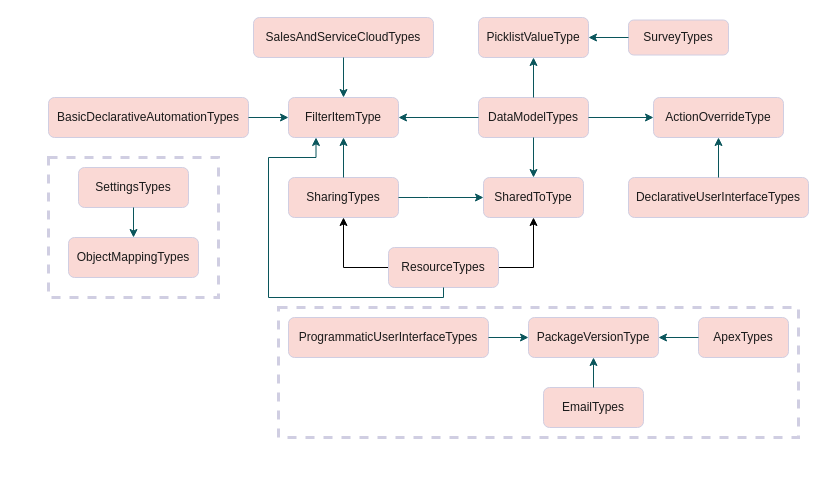
Earlier version of the draw.io diagram Package Diagram.drawio (learnbenlearn/ApexMetadataAPI). Source tidied: cells renumbered, new cells numbered last; positions are measured from the earlier drawing's top-left corner, leaving out a move shared by most shapes. Both pictures are drawn from the tidied source at 100%, with x=0, y=0 at pixel (48, 17).
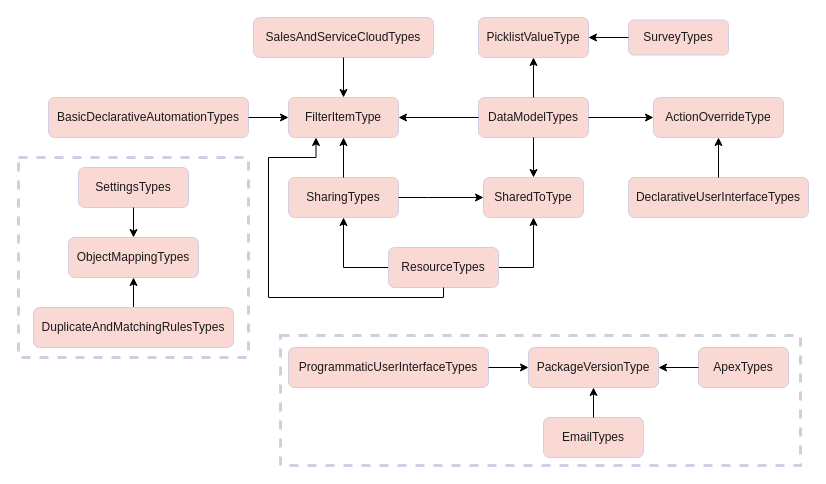
After the change.

The change refers to these unchanged cells:
```xml
<mxCell id="5" value="ResourceTypes" style="rounded=1;whiteSpace=wrap;html=1;fillColor=#FAD9D5;strokeColor=#D0CEE2;fontColor=#1A1A1A;" parent="2" vertex="1">
  <mxGeometry x="340" y="230" width="110" height="40" as="geometry" />
</mxCell>
<mxCell id="6" value="SharingTypes" style="rounded=1;whiteSpace=wrap;html=1;fillColor=#FAD9D5;strokeColor=#D0CEE2;fontColor=#1A1A1A;" parent="2" vertex="1">
  <mxGeometry x="240" y="160" width="110" height="40" as="geometry" />
</mxCell>
<mxCell id="7" value="SharedToType" style="rounded=1;whiteSpace=wrap;html=1;fillColor=#FAD9D5;strokeColor=#D0CEE2;fontColor=#1A1A1A;" parent="2" vertex="1">
  <mxGeometry x="435" y="160" width="100" height="40" as="geometry" />
</mxCell>
<mxCell id="8" value="DeclarativeUserInterfaceTypes" style="rounded=1;whiteSpace=wrap;html=1;fillColor=#FAD9D5;strokeColor=#D0CEE2;fontColor=#1A1A1A;" parent="2" vertex="1">
  <mxGeometry x="580" y="160" width="180" height="40" as="geometry" />
</mxCell>
<mxCell id="9" value="ActionOverrideType" style="rounded=1;whiteSpace=wrap;html=1;fillColor=#FAD9D5;strokeColor=#D0CEE2;fontColor=#1A1A1A;" parent="2" vertex="1">
  <mxGeometry x="605" y="80" width="130" height="40" as="geometry" />
</mxCell>
<mxCell id="10" value="DataModelTypes" style="rounded=1;whiteSpace=wrap;html=1;fillColor=#FAD9D5;strokeColor=#D0CEE2;fontColor=#1A1A1A;" parent="2" vertex="1">
  <mxGeometry x="430" y="80" width="110" height="40" as="geometry" />
</mxCell>
<mxCell id="11" value="SurveyTypes" style="rounded=1;whiteSpace=wrap;html=1;fillColor=#FAD9D5;strokeColor=#D0CEE2;fontColor=#1A1A1A;" parent="2" vertex="1">
  <mxGeometry x="580" y="2.5" width="100" height="35" as="geometry" />
</mxCell>
<mxCell id="12" value="PicklistValueType" style="rounded=1;whiteSpace=wrap;html=1;fillColor=#FAD9D5;strokeColor=#D0CEE2;fontColor=#1A1A1A;" parent="2" vertex="1">
  <mxGeometry x="430" width="110" height="40" as="geometry" />
</mxCell>
<mxCell id="13" value="BasicDeclarativeAutomationTypes" style="rounded=1;whiteSpace=wrap;html=1;fillColor=#FAD9D5;strokeColor=#D0CEE2;fontColor=#1A1A1A;" parent="2" vertex="1">
  <mxGeometry y="80" width="200" height="40" as="geometry" />
</mxCell>
<mxCell id="14" style="group;fontColor=#1A1A1A;" parent="2" vertex="1">
  <mxGeometry x="205" width="180" height="120" as="geometry" />
</mxCell>
<mxCell id="15" value="SalesAndServiceCloudTypes" style="rounded=1;whiteSpace=wrap;html=1;fillColor=#FAD9D5;strokeColor=#D0CEE2;fontColor=#1A1A1A;" parent="14" vertex="1">
  <mxGeometry width="180" height="40" as="geometry" />
</mxCell>
<mxCell id="16" value="FilterItemType" style="rounded=1;whiteSpace=wrap;html=1;fillColor=#FAD9D5;strokeColor=#D0CEE2;fontColor=#1A1A1A;" parent="14" vertex="1">
  <mxGeometry x="35" y="80" width="110" height="40" as="geometry" />
</mxCell>
<mxCell id="29" value="SettingsTypes" style="rounded=1;whiteSpace=wrap;html=1;fillColor=#FAD9D5;strokeColor=#D0CEE2;fontColor=#1A1A1A;" parent="2" vertex="1">
  <mxGeometry x="30" y="150" width="110" height="40" as="geometry" />
</mxCell>
<mxCell id="31" value="ObjectMappingTypes" style="rounded=1;whiteSpace=wrap;html=1;fillColor=#FAD9D5;strokeColor=#D0CEE2;fontColor=#1A1A1A;" parent="30" vertex="1">
  <mxGeometry width="130" height="40" as="geometry" />
</mxCell>
```

Change to the diagram source:
```diff
@@
     <mxCell id="2" style="group;fontColor=#1A1A1A;" parent="1" vertex="1">
-      <mxGeometry width="760" height="310" as="geometry" />
+      <mxGeometry width="760" height="440" as="geometry" />
     </mxCell>
-    <mxCell id="3" style="edgeStyle=orthogonalEdgeStyle;rounded=0;jettySize=auto;html=1;entryX=0.5;entryY=1;entryDx=0;entryDy=0;exitX=0;exitY=0.5;exitDx=0;exitDy=0;" parent="2" edge="1" source="5" target="6">
+    <mxCell id="3" style="edgeStyle=orthogonalEdgeStyle;rounded=0;jettySize=auto;html=1;entryX=0.5;entryY=1;entryDx=0;entryDy=0;exitX=0;exitY=0.5;exitDx=0;exitDy=0;strokeColor=#000000;" parent="2" edge="1" source="5" target="6">
       <mxGeometry relative="1" as="geometry">
         <Array as="points">
           <mxPoint x="295" y="250" />
         </Array>
       </mxGeometry>
     </mxCell>
@@
-    <mxCell id="17" style="edgeStyle=orthogonalEdgeStyle;rounded=0;jettySize=auto;html=1;strokeColor=#09555B;fontColor=#1A1A1A;" parent="14" edge="1" source="15" target="16">
+    <mxCell id="17" style="edgeStyle=orthogonalEdgeStyle;rounded=0;jettySize=auto;html=1;strokeColor=#000000;fontColor=#1A1A1A;exitX=0.5;exitY=1;exitDx=0;exitDy=0;" parent="14" edge="1" source="15" target="16">
       <mxGeometry relative="1" as="geometry" />
     </mxCell>
-    <mxCell id="18" style="edgeStyle=orthogonalEdgeStyle;rounded=0;jettySize=auto;html=1;strokeColor=#09555B;fontColor=#1A1A1A;exitX=1;exitY=0.5;exitDx=0;exitDy=0;entryX=0;entryY=0.5;entryDx=0;entryDy=0;" parent="2" edge="1" source="6" target="7">
+    <mxCell id="18" style="edgeStyle=orthogonalEdgeStyle;rounded=0;jettySize=auto;html=1;strokeColor=#000000;fontColor=#1A1A1A;exitX=1;exitY=0.5;exitDx=0;exitDy=0;entryX=0;entryY=0.5;entryDx=0;entryDy=0;" parent="2" edge="1" source="6" target="7">
       <mxGeometry relative="1" as="geometry">
         <Array as="points">
           <mxPoint x="380" y="180" />
           <mxPoint x="380" y="180" />
         </Array>
       </mxGeometry>
     </mxCell>
-    <mxCell id="19" style="edgeStyle=orthogonalEdgeStyle;rounded=0;jettySize=auto;html=1;strokeColor=#09555B;fontColor=#1A1A1A;" parent="2" edge="1" source="8" target="9">
+    <mxCell id="19" style="edgeStyle=orthogonalEdgeStyle;rounded=0;jettySize=auto;html=1;strokeColor=#000000;fontColor=#1A1A1A;" parent="2" edge="1" source="8" target="9">
       <mxGeometry relative="1" as="geometry" />
     </mxCell>
-    <mxCell id="20" style="edgeStyle=orthogonalEdgeStyle;rounded=0;jettySize=auto;html=1;strokeColor=#09555B;fontColor=#1A1A1A;" parent="2" edge="1" source="10" target="9">
+    <mxCell id="20" style="edgeStyle=orthogonalEdgeStyle;rounded=0;jettySize=auto;html=1;strokeColor=#000000;fontColor=#1A1A1A;" parent="2" edge="1" source="10" target="9">
       <mxGeometry relative="1" as="geometry" />
     </mxCell>
-    <mxCell id="21" style="edgeStyle=orthogonalEdgeStyle;rounded=0;jettySize=auto;html=1;strokeColor=#09555B;fontColor=#1A1A1A;" parent="2" edge="1" source="10" target="7">
+    <mxCell id="21" style="edgeStyle=orthogonalEdgeStyle;rounded=0;jettySize=auto;html=1;strokeColor=#000000;fontColor=#1A1A1A;" parent="2" edge="1" source="10" target="7">
       <mxGeometry relative="1" as="geometry" />
     </mxCell>
-    <mxCell id="22" style="edgeStyle=orthogonalEdgeStyle;rounded=0;jettySize=auto;html=1;strokeColor=#09555B;fontColor=#1A1A1A;" parent="2" edge="1" source="10" target="12">
+    <mxCell id="22" style="edgeStyle=orthogonalEdgeStyle;rounded=0;jettySize=auto;html=1;strokeColor=#000000;fontColor=#1A1A1A;" parent="2" edge="1" source="10" target="12">
       <mxGeometry relative="1" as="geometry" />
     </mxCell>
-    <mxCell id="23" style="edgeStyle=orthogonalEdgeStyle;rounded=0;jettySize=auto;html=1;strokeColor=#09555B;fontColor=#1A1A1A;" parent="2" edge="1" source="11" target="12">
+    <mxCell id="23" style="edgeStyle=orthogonalEdgeStyle;rounded=0;jettySize=auto;html=1;strokeColor=#000000;fontColor=#1A1A1A;" parent="2" edge="1" source="11" target="12">
       <mxGeometry relative="1" as="geometry" />
     </mxCell>
-    <mxCell id="24" style="edgeStyle=orthogonalEdgeStyle;rounded=0;jettySize=auto;html=1;strokeColor=#09555B;fontColor=#1A1A1A;" parent="2" edge="1" source="13" target="16">
+    <mxCell id="24" style="edgeStyle=orthogonalEdgeStyle;rounded=0;jettySize=auto;html=1;strokeColor=#000000;fontColor=#1A1A1A;" parent="2" edge="1" source="13" target="16">
       <mxGeometry relative="1" as="geometry" />
     </mxCell>
-    <mxCell id="25" style="edgeStyle=orthogonalEdgeStyle;rounded=0;jettySize=auto;html=1;strokeColor=#09555B;fontColor=#1A1A1A;" parent="2" edge="1" source="10" target="16">
+    <mxCell id="25" style="edgeStyle=orthogonalEdgeStyle;rounded=0;jettySize=auto;html=1;strokeColor=#000000;fontColor=#1A1A1A;" parent="2" edge="1" source="10" target="16">
       <mxGeometry relative="1" as="geometry" />
     </mxCell>
-    <mxCell id="26" style="edgeStyle=orthogonalEdgeStyle;rounded=0;jettySize=auto;html=1;strokeColor=#09555B;fontColor=#1A1A1A;exitX=0.5;exitY=0;exitDx=0;exitDy=0;" parent="2" edge="1" source="6" target="16">
+    <mxCell id="26" style="edgeStyle=orthogonalEdgeStyle;rounded=0;jettySize=auto;html=1;strokeColor=#000000;fontColor=#1A1A1A;exitX=0.5;exitY=0;exitDx=0;exitDy=0;" parent="2" edge="1" source="6" target="16">
       <mxGeometry relative="1" as="geometry">
         <Array as="points">
           <mxPoint x="295" y="160" />
           <mxPoint x="295" y="160" />
         </Array>
       </mxGeometry>
     </mxCell>
-    <mxCell id="27" style="edgeStyle=orthogonalEdgeStyle;rounded=0;jettySize=auto;html=1;strokeColor=#09555B;fontColor=#1A1A1A;exitX=0.5;exitY=1;exitDx=0;exitDy=0;entryX=0.25;entryY=1;entryDx=0;entryDy=0;" parent="2" edge="1" source="5" target="16">
+    <mxCell id="27" style="edgeStyle=orthogonalEdgeStyle;rounded=0;jettySize=auto;html=1;strokeColor=#000000;fontColor=#1A1A1A;exitX=0.5;exitY=1;exitDx=0;exitDy=0;entryX=0.25;entryY=1;entryDx=0;entryDy=0;" parent="2" edge="1" source="5" target="16">
       <mxGeometry relative="1" as="geometry">
         <Array as="points">
           <mxPoint x="395" y="280" />
           <mxPoint x="220" y="280" />
           <mxPoint x="220" y="140" />
           <mxPoint x="268" y="140" />
         </Array>
       </mxGeometry>
     </mxCell>
     <mxCell id="28" style="whiteSpace=wrap;html=1;rounded=0;strokeColor=#D0CEE2;strokeWidth=3;dashed=1;fillColor=none;fontColor=#1A1A1A;" parent="2" vertex="1">
-      <mxGeometry y="140" width="170" height="140" as="geometry" />
+      <mxGeometry x="-30" y="140" width="230" height="200" as="geometry" />
     </mxCell>
@@
+    <mxCell id="41" style="rounded=0;whiteSpace=wrap;html=1;dashed=1;strokeColor=#D0CEE2;strokeWidth=3;fillColor=none;fontColor=#1A1A1A;" parent="2" vertex="1">
+      <mxGeometry x="232" y="318" width="520" height="130" as="geometry" />
+    </mxCell>
     <mxCell id="30" style="group;fontColor=#1A1A1A;" parent="1" vertex="1">
-      <mxGeometry x="20" y="220" width="130" height="110" as="geometry" />
+      <mxGeometry x="20" y="220" width="165" height="110" as="geometry" />
     </mxCell>
@@
+    <mxCell id="42" style="edgeStyle=orthogonalEdgeStyle;rounded=0;jettySize=auto;html=1;" parent="30" edge="1" source="43" target="31">
+      <mxGeometry relative="1" as="geometry" />
+    </mxCell>
+    <mxCell id="43" value="DuplicateAndMatchingRulesTypes" style="rounded=1;whiteSpace=wrap;html=1;fillColor=#FAD9D5;strokeColor=#D0CEE2;fontColor=#1A1A1A;" parent="30" vertex="1">
+      <mxGeometry x="-35" y="70" width="200" height="40" as="geometry" />
+    </mxCell>
-    <mxCell id="32" style="edgeStyle=orthogonalEdgeStyle;rounded=0;jettySize=auto;html=1;strokeColor=#09555B;fontColor=#1A1A1A;" parent="1" edge="1" source="29" target="31">
+    <mxCell id="32" style="edgeStyle=orthogonalEdgeStyle;rounded=0;jettySize=auto;html=1;strokeColor=#000000;fontColor=#1A1A1A;" parent="1" edge="1" source="29" target="31">
       <mxGeometry relative="1" as="geometry" />
     </mxCell>
-    <mxCell id="33" style="group;strokeColor=none;perimeterSpacing=14;strokeWidth=1;rounded=0;fontColor=#1A1A1A;" parent="1" vertex="1">
-      <mxGeometry x="240" y="300" width="510" height="120" as="geometry" />
-    </mxCell>
-    <mxCell id="34" value="PackageVersionType" style="rounded=1;whiteSpace=wrap;html=1;fillColor=#FAD9D5;strokeColor=#D0CEE2;fontColor=#1A1A1A;" parent="33" vertex="1">
-      <mxGeometry x="240" width="130" height="40" as="geometry" />
+    <mxCell id="34" value="PackageVersionType" style="rounded=1;whiteSpace=wrap;html=1;fillColor=#FAD9D5;strokeColor=#D0CEE2;fontColor=#1A1A1A;" parent="1" vertex="1">
+      <mxGeometry x="480" y="330" width="130" height="40" as="geometry" />
     </mxCell>
-    <mxCell id="35" value="ApexTypes" style="rounded=1;whiteSpace=wrap;html=1;fillColor=#FAD9D5;strokeColor=#D0CEE2;fontColor=#1A1A1A;" parent="33" vertex="1">
-      <mxGeometry x="410" width="90" height="40" as="geometry" />
+    <mxCell id="35" value="ApexTypes" style="rounded=1;whiteSpace=wrap;html=1;fillColor=#FAD9D5;strokeColor=#D0CEE2;fontColor=#1A1A1A;" parent="1" vertex="1">
+      <mxGeometry x="650" y="330" width="90" height="40" as="geometry" />
     </mxCell>
-    <mxCell id="36" value="EmailTypes" style="rounded=1;whiteSpace=wrap;html=1;fillColor=#FAD9D5;strokeColor=#D0CEE2;fontColor=#1A1A1A;" parent="33" vertex="1">
-      <mxGeometry x="255" y="70" width="100" height="40" as="geometry" />
+    <mxCell id="36" value="EmailTypes" style="rounded=1;whiteSpace=wrap;html=1;fillColor=#FAD9D5;strokeColor=#D0CEE2;fontColor=#1A1A1A;" parent="1" vertex="1">
+      <mxGeometry x="495" y="400" width="100" height="40" as="geometry" />
     </mxCell>
-    <mxCell id="37" value="ProgrammaticUserInterfaceTypes" style="rounded=1;whiteSpace=wrap;html=1;fillColor=#FAD9D5;strokeColor=#D0CEE2;fontColor=#1A1A1A;" parent="33" vertex="1">
-      <mxGeometry width="200" height="40" as="geometry" />
+    <mxCell id="37" value="ProgrammaticUserInterfaceTypes" style="rounded=1;whiteSpace=wrap;html=1;fillColor=#FAD9D5;strokeColor=#D0CEE2;fontColor=#1A1A1A;" parent="1" vertex="1">
+      <mxGeometry x="240" y="330" width="200" height="40" as="geometry" />
     </mxCell>
-    <mxCell id="38" style="edgeStyle=orthogonalEdgeStyle;rounded=0;jettySize=auto;html=1;strokeColor=#09555B;fontColor=#1A1A1A;" parent="33" edge="1" source="35" target="34">
+    <mxCell id="38" style="edgeStyle=orthogonalEdgeStyle;rounded=0;jettySize=auto;html=1;strokeColor=#000000;fontColor=#1A1A1A;" parent="1" edge="1" source="35" target="34">
       <mxGeometry relative="1" as="geometry" />
     </mxCell>
-    <mxCell id="39" style="edgeStyle=orthogonalEdgeStyle;rounded=0;jettySize=auto;html=1;strokeColor=#09555B;fontColor=#1A1A1A;" parent="33" edge="1" source="36" target="34">
+    <mxCell id="39" style="edgeStyle=orthogonalEdgeStyle;rounded=0;jettySize=auto;html=1;strokeColor=#000000;fontColor=#1A1A1A;" parent="1" edge="1" source="36" target="34">
       <mxGeometry relative="1" as="geometry" />
     </mxCell>
-    <mxCell id="40" style="edgeStyle=orthogonalEdgeStyle;rounded=0;jettySize=auto;html=1;strokeColor=#09555B;fontColor=#1A1A1A;" parent="33" edge="1" source="37" target="34">
+    <mxCell id="40" style="edgeStyle=orthogonalEdgeStyle;rounded=0;jettySize=auto;html=1;strokeColor=#000000;fontColor=#1A1A1A;" parent="1" edge="1" source="37" target="34">
       <mxGeometry relative="1" as="geometry" />
     </mxCell>
-    <mxCell id="41" style="rounded=0;whiteSpace=wrap;html=1;dashed=1;strokeColor=#D0CEE2;strokeWidth=3;fillColor=none;fontColor=#1A1A1A;" parent="33" vertex="1">
-      <mxGeometry x="-10" y="-10" width="520" height="130" as="geometry" />
-    </mxCell>
```
